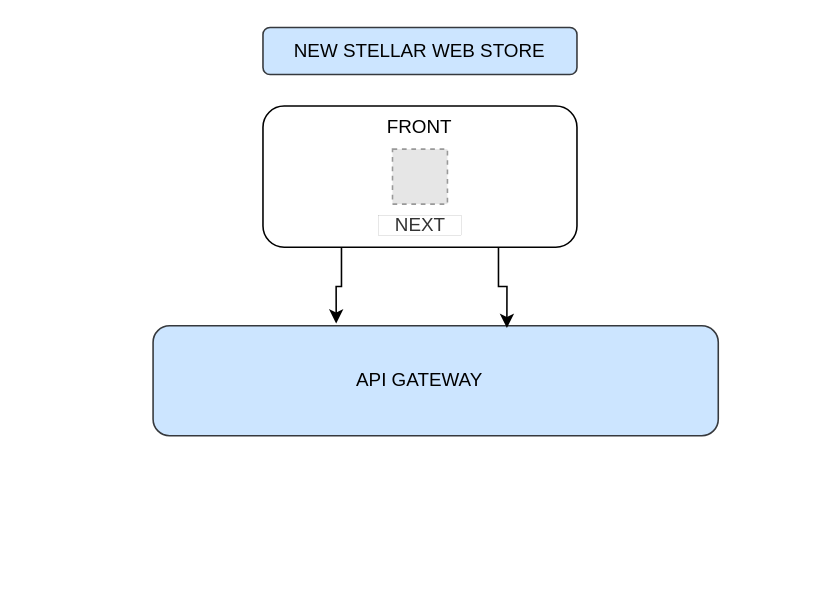
The draw.io diagram Diagrama sin título.drawio in raoole20/Books-3, before the edit. Source tidied: cells renumbered, new cells numbered last; positions are measured from the earlier drawing's top-left corner, leaving out a move shared by most shapes. Both pictures are drawn from the tidied source at 157%, with x=0, y=0 at pixel (152, 27). Pictures stored in the file or linked from it are replaced by grey dashed boxes.
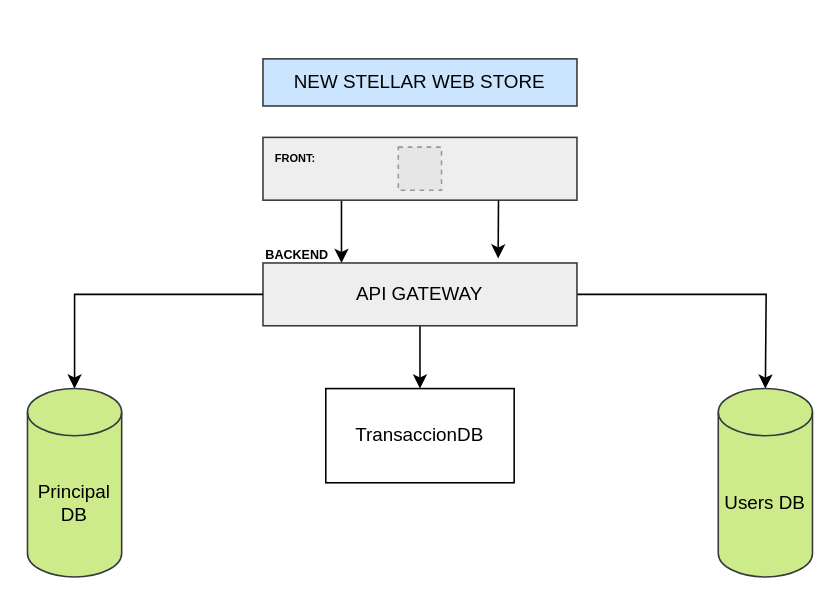
The same page after the edit.

The edit, as a diff of the source:
```diff
@@
 <mxGraphModel>
   <root>
     <mxCell id="0" />
     <mxCell id="1" parent="0" />
-    <mxCell id="2" value="NEW STELLAR WEB STORE" style="rounded=1;whiteSpace=wrap;html=1;fillColor=#cce5ff;strokeColor=#36393d;" parent="1" vertex="1">
-      <mxGeometry x="70" width="200" height="30" as="geometry" />
+    <mxCell id="2" value="NEW STELLAR WEB STORE" style="rounded=0;whiteSpace=wrap;html=1;fillColor=#cce5ff;strokeColor=#36393d;" parent="1" vertex="1">
+      <mxGeometry x="70" y="20" width="200" height="30" as="geometry" />
     </mxCell>
+    <mxCell id="10" style="edgeStyle=orthogonalEdgeStyle;rounded=0;jettySize=auto;html=1;exitX=0.25;exitY=1;exitDx=0;exitDy=0;entryX=0.25;entryY=0;entryDx=0;entryDy=0;" parent="1" edge="1" source="3" target="8">
+      <mxGeometry relative="1" as="geometry" />
+    </mxCell>
-    <mxCell id="3" value="FRONT" style="rounded=1;whiteSpace=wrap;html=1;verticalAlign=top;" parent="1" vertex="1">
-      <mxGeometry x="70" y="50" width="200" height="90" as="geometry" />
+    <mxCell id="3" value="&lt;font color=&quot;#000000&quot; style=&quot;font-size: 7px;&quot;&gt;&lt;b&gt;FRONT:&amp;nbsp;&lt;/b&gt;&lt;/font&gt;" style="rounded=0;whiteSpace=wrap;html=1;verticalAlign=top;align=left;fontSize=12;spacingLeft=8;spacing=0;fillColor=#eeeeee;strokeColor=#36393d;fontColor=#666666;" parent="1" vertex="1">
+      <mxGeometry x="70" y="70" width="200" height="40" as="geometry" />
     </mxCell>
     <mxCell id="4" style="fillColor=#E6E6E6;strokeColor=#999999;dashed=1;verticalLabelPosition=bottom;labelBackgroundColor=default;verticalAlign=top;" parent="1" vertex="1">
-      <mxGeometry x="152.5" y="77.5" width="35" height="35" as="geometry" />
+      <mxGeometry x="156.2" y="76.2" width="27.5" height="27.5" as="geometry" />
     </mxCell>
-    <mxCell id="5" value="NEXT" style="rounded=0;whiteSpace=wrap;html=1;fillColor=none;fontColor=#333333;strokeColor=#666666;strokeWidth=0;" parent="1" vertex="1">
-      <mxGeometry x="143.8" y="120" width="52.5" height="12.5" as="geometry" />
-    </mxCell>
-    <mxCell id="6" style="rounded=1;whiteSpace=wrap;html=1;fillColor=#cce5ff;strokeColor=#36393d;" parent="1" vertex="1">
-      <mxGeometry y="190" width="360" height="70" as="geometry" />
-    </mxCell>
-    <mxCell id="7" style="edgeStyle=orthogonalEdgeStyle;rounded=0;jettySize=auto;html=1;exitX=0.25;exitY=1;exitDx=0;exitDy=0;entryX=0.324;entryY=-0.02;entryDx=0;entryDy=0;entryPerimeter=0;" parent="1" edge="1" source="3" target="6">
-      <mxGeometry relative="1" as="geometry" />
-    </mxCell>
+    <mxCell id="11" style="edgeStyle=orthogonalEdgeStyle;rounded=0;jettySize=auto;html=1;exitX=0.5;exitY=1;exitDx=0;exitDy=0;entryX=0.5;entryY=0;entryDx=0;entryDy=0;" parent="1" edge="1" source="8" target="14">
+      <mxGeometry relative="1" as="geometry" />
+    </mxCell>
+    <mxCell id="12" style="edgeStyle=orthogonalEdgeStyle;rounded=0;jettySize=auto;html=1;exitX=1;exitY=0.5;exitDx=0;exitDy=0;" parent="1" edge="1" source="8">
+      <mxGeometry relative="1" as="geometry">
+        <mxPoint x="390" y="230" as="targetPoint" />
+      </mxGeometry>
+    </mxCell>
-    <mxCell id="8" value="API GATEWAY" style="rounded=0;whiteSpace=wrap;html=1;strokeWidth=0;strokeColor=none;fillColor=none;" parent="1" vertex="1">
-      <mxGeometry x="110" y="210" width="120" height="30" as="geometry" />
+    <mxCell id="8" value="API GATEWAY" style="rounded=0;whiteSpace=wrap;html=1;fillColor=#eeeeee;strokeColor=#36393d;" parent="1" vertex="1">
+      <mxGeometry x="70" y="150" width="200" height="40" as="geometry" />
     </mxCell>
-    <mxCell id="9" style="edgeStyle=orthogonalEdgeStyle;rounded=0;jettySize=auto;html=1;exitX=0.75;exitY=1;exitDx=0;exitDy=0;entryX=0.626;entryY=0.02;entryDx=0;entryDy=0;entryPerimeter=0;" parent="1" edge="1" source="3" target="6">
-      <mxGeometry relative="1" as="geometry" />
-    </mxCell>
+    <mxCell id="13" style="edgeStyle=orthogonalEdgeStyle;rounded=0;jettySize=auto;html=1;exitX=0.75;exitY=1;exitDx=0;exitDy=0;entryX=0.749;entryY=-0.073;entryDx=0;entryDy=0;entryPerimeter=0;" parent="1" edge="1" source="3" target="8">
+      <mxGeometry relative="1" as="geometry" />
+    </mxCell>
+    <mxCell id="14" value="TransaccionDB" style="rounded=0;whiteSpace=wrap;html=1;" parent="1" vertex="1">
+      <mxGeometry x="110" y="230" width="120" height="60" as="geometry" />
+    </mxCell>
+    <mxCell id="15" value="BACKEND" style="rounded=0;whiteSpace=wrap;html=1;align=left;fontSize=8;fontStyle=1;fontColor=default;strokeColor=none;fillColor=none;" parent="1" vertex="1">
+      <mxGeometry x="70" y="140" width="40" height="10" as="geometry" />
+    </mxCell>
+    <mxCell id="16" value="Principal DB" style="shape=cylinder3;whiteSpace=wrap;html=1;boundedLbl=1;backgroundOutline=1;size=15;fillColor=#cdeb8b;strokeColor=#36393d;" parent="1" vertex="1">
+      <mxGeometry x="-80" y="230" width="60" height="120" as="geometry" />
+    </mxCell>
+    <mxCell id="17" style="edgeStyle=orthogonalEdgeStyle;rounded=0;jettySize=auto;html=1;exitX=0;exitY=0.5;exitDx=0;exitDy=0;entryX=0.5;entryY=0;entryDx=0;entryDy=0;entryPerimeter=0;" parent="1" edge="1" source="8" target="16">
+      <mxGeometry relative="1" as="geometry" />
+    </mxCell>
+    <mxCell id="18" value="Users DB" style="shape=cylinder3;whiteSpace=wrap;html=1;boundedLbl=1;backgroundOutline=1;size=15;fillColor=#cdeb8b;strokeColor=#36393d;" parent="1" vertex="1">
+      <mxGeometry x="360" y="230" width="60" height="120" as="geometry" />
+    </mxCell>
   </root>
 </mxGraphModel>
```
